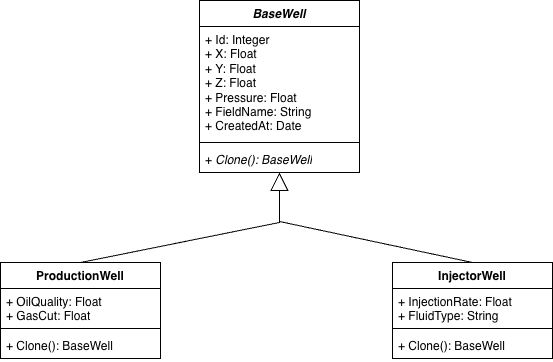
Earlier version of the draw.io export lab01/Диаграмма без названия.drawio.png (stepanshepilov/Object-oriented-analysis-and-design-2). Source tidied: cells renumbered, new cells last; positions are measured from the earlier drawing's top-left corner, leaving out a move shared by most shapes.
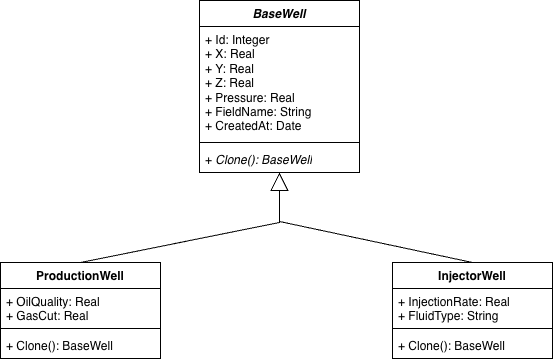
After the change.

Commit message:
upd: diag

Diff of the diagram source:
```diff
@@ -5,7 +5,7 @@
     <mxCell id="2" value="&lt;i&gt;BaseWell&lt;/i&gt;" style="swimlane;fontStyle=1;align=center;verticalAlign=top;horizontal=1;startSize=26;whiteSpace=wrap;html=1;" parent="1" vertex="1">
       <mxGeometry x="199" width="160" height="172" as="geometry" />
     </mxCell>
-    <mxCell id="3" value="+ Id: Integer&lt;div&gt;+ X: Float&lt;/div&gt;&lt;div&gt;+ Y: Float&lt;/div&gt;&lt;div&gt;+ Z: Float&lt;/div&gt;&lt;div&gt;+ Pressure: Float&lt;/div&gt;&lt;div&gt;+ FieldName: String&lt;/div&gt;&lt;div&gt;+ CreatedAt: Date&lt;/div&gt;" style="text;strokeColor=none;fillColor=none;align=left;verticalAlign=top;spacingLeft=4;spacingRight=4;overflow=hidden;whiteSpace=wrap;html=1;" parent="2" vertex="1">
+    <mxCell id="3" value="+ Id: Integer&lt;div&gt;+ X: Real&lt;/div&gt;&lt;div&gt;+ Y: Real&lt;/div&gt;&lt;div&gt;+ Z: Real&lt;/div&gt;&lt;div&gt;+ Pressure: Real&lt;/div&gt;&lt;div&gt;+ FieldName: String&lt;/div&gt;&lt;div&gt;+ CreatedAt: Date&lt;/div&gt;" style="text;strokeColor=none;fillColor=none;align=left;verticalAlign=top;spacingLeft=4;spacingRight=4;overflow=hidden;whiteSpace=wrap;html=1;" parent="2" vertex="1">
       <mxGeometry y="26" width="160" height="112" as="geometry" />
     </mxCell>
     <mxCell id="4" style="line;strokeWidth=1;fillColor=none;align=left;verticalAlign=middle;spacingTop=-1;spacingLeft=3;spacingRight=3;labelPosition=right;strokeColor=inherit;" parent="2" vertex="1">
@@ -17,7 +17,7 @@
     <mxCell id="6" value="ProductionWell" style="swimlane;fontStyle=1;align=center;verticalAlign=top;horizontal=1;startSize=26;whiteSpace=wrap;html=1;" parent="1" vertex="1">
       <mxGeometry y="262" width="160" height="96" as="geometry" />
     </mxCell>
-    <mxCell id="7" value="+ OilQuality: Float&lt;div&gt;+ GasCut: Float&lt;/div&gt;" style="text;strokeColor=none;fillColor=none;align=left;verticalAlign=top;spacingLeft=4;spacingRight=4;overflow=hidden;whiteSpace=wrap;html=1;" parent="6" vertex="1">
+    <mxCell id="7" value="+ OilQuality: Real&lt;div&gt;+ GasCut: Real&lt;/div&gt;" style="text;strokeColor=none;fillColor=none;align=left;verticalAlign=top;spacingLeft=4;spacingRight=4;overflow=hidden;whiteSpace=wrap;html=1;" parent="6" vertex="1">
       <mxGeometry y="26" width="160" height="36" as="geometry" />
     </mxCell>
     <mxCell id="8" style="line;strokeWidth=1;fillColor=none;align=left;verticalAlign=middle;spacingTop=-1;spacingLeft=3;spacingRight=3;labelPosition=right;strokeColor=inherit;" parent="6" vertex="1">
@@ -29,7 +29,7 @@
     <mxCell id="10" value="InjectorWell" style="swimlane;fontStyle=1;align=center;verticalAlign=top;horizontal=1;startSize=26;whiteSpace=wrap;html=1;" parent="1" vertex="1">
       <mxGeometry x="392" y="262" width="160" height="96" as="geometry" />
     </mxCell>
-    <mxCell id="11" value="+ InjectionRate: Float&lt;div&gt;+ FluidType: String&lt;/div&gt;" style="text;strokeColor=none;fillColor=none;align=left;verticalAlign=top;spacingLeft=4;spacingRight=4;overflow=hidden;whiteSpace=wrap;html=1;" parent="10" vertex="1">
+    <mxCell id="11" value="+ InjectionRate: Real&lt;div&gt;+ FluidType: String&lt;/div&gt;" style="text;strokeColor=none;fillColor=none;align=left;verticalAlign=top;spacingLeft=4;spacingRight=4;overflow=hidden;whiteSpace=wrap;html=1;" parent="10" vertex="1">
       <mxGeometry y="26" width="160" height="36" as="geometry" />
     </mxCell>
     <mxCell id="12" style="line;strokeWidth=1;fillColor=none;align=left;verticalAlign=middle;spacingTop=-1;spacingLeft=3;spacingRight=3;labelPosition=right;strokeColor=inherit;" parent="10" vertex="1">
```
